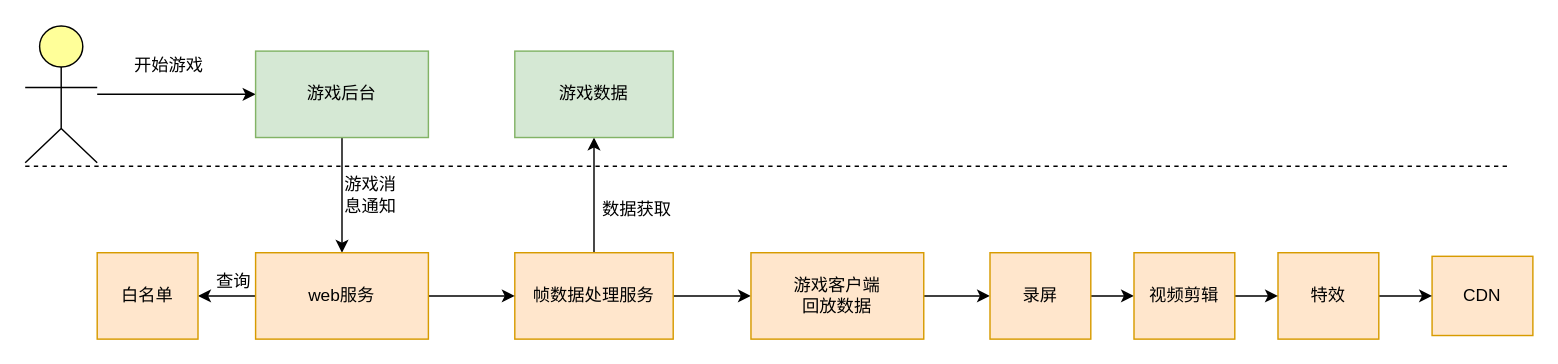
Above: Graph/游戏视频简版.drawio in stevensafin/stevensafin.github.io (draw.io), before the change. Source tidied: cells renumbered, new cells numbered last; positions are measured from the earlier drawing's top-left corner, leaving out a move shared by most shapes. Both pictures are drawn from the tidied source at 144%, with x=0, y=0 at pixel (24, 24).
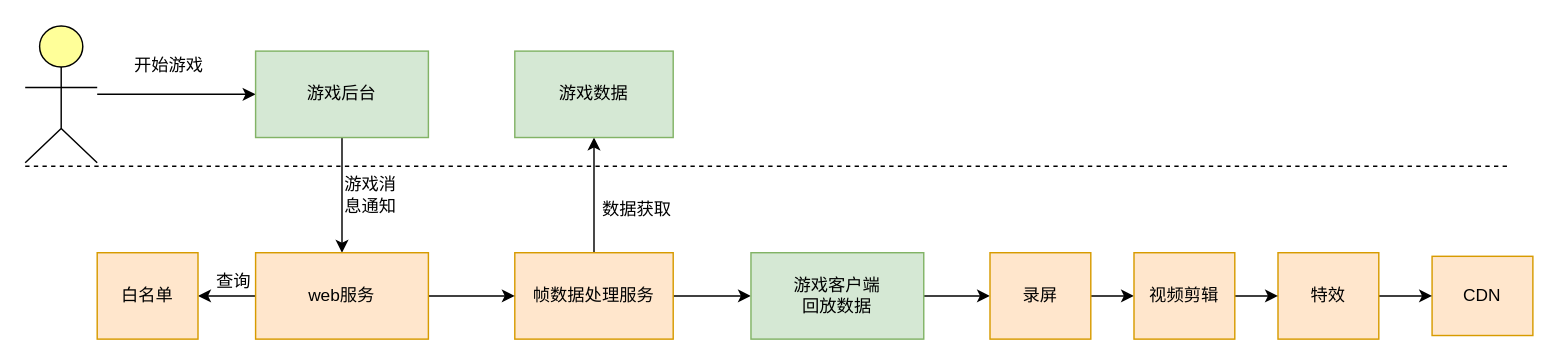
The same page after the edit.

Commit message (it also covers changes not shown here):
Update 游戏视频简版.drawio

Change to the diagram source:
```diff
@@
-    <mxCell id="10" value="游戏客户端&lt;br&gt;回放数据" style="rounded=0;whiteSpace=wrap;html=1;fillColor=#ffe6cc;strokeColor=#d79b00;" parent="1" vertex="1">
+    <mxCell id="10" value="游戏客户端&lt;br&gt;回放数据" style="rounded=0;whiteSpace=wrap;html=1;fillColor=#d5e8d4;strokeColor=#82b366;" parent="1" vertex="1">
       <mxGeometry x="504" y="158" width="120" height="60" as="geometry" />
     </mxCell>
```
